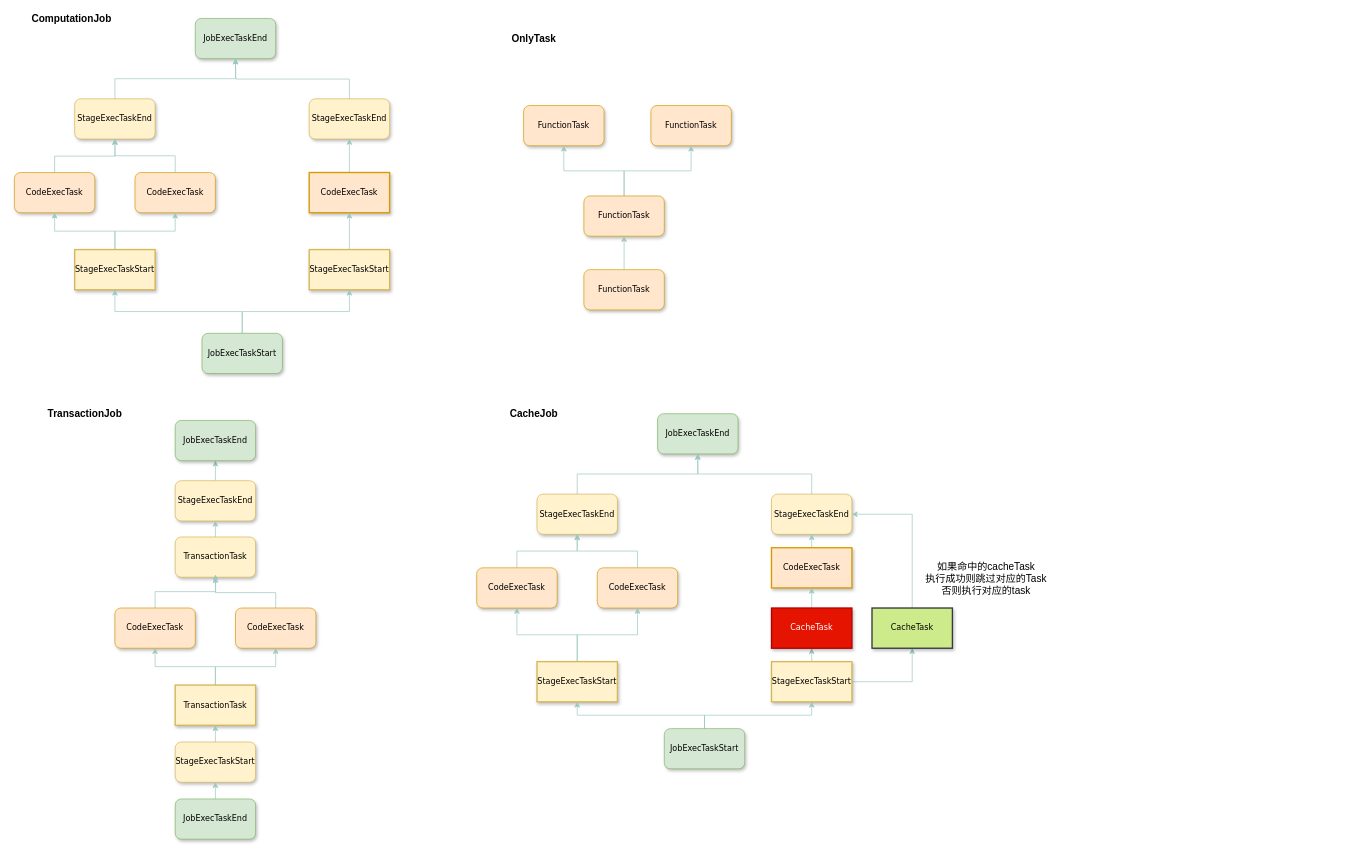
This is orchestrator_treeNode.drawio from peacewong/diagrams, a draw.io file, before an edit. Source tidied: cells renumbered, new cells numbered last; positions are measured from the earlier drawing's top-left corner, leaving out a move shared by most shapes. Both pictures are drawn from the tidied source at 67%, with x=0, y=0 at pixel (14, 11).
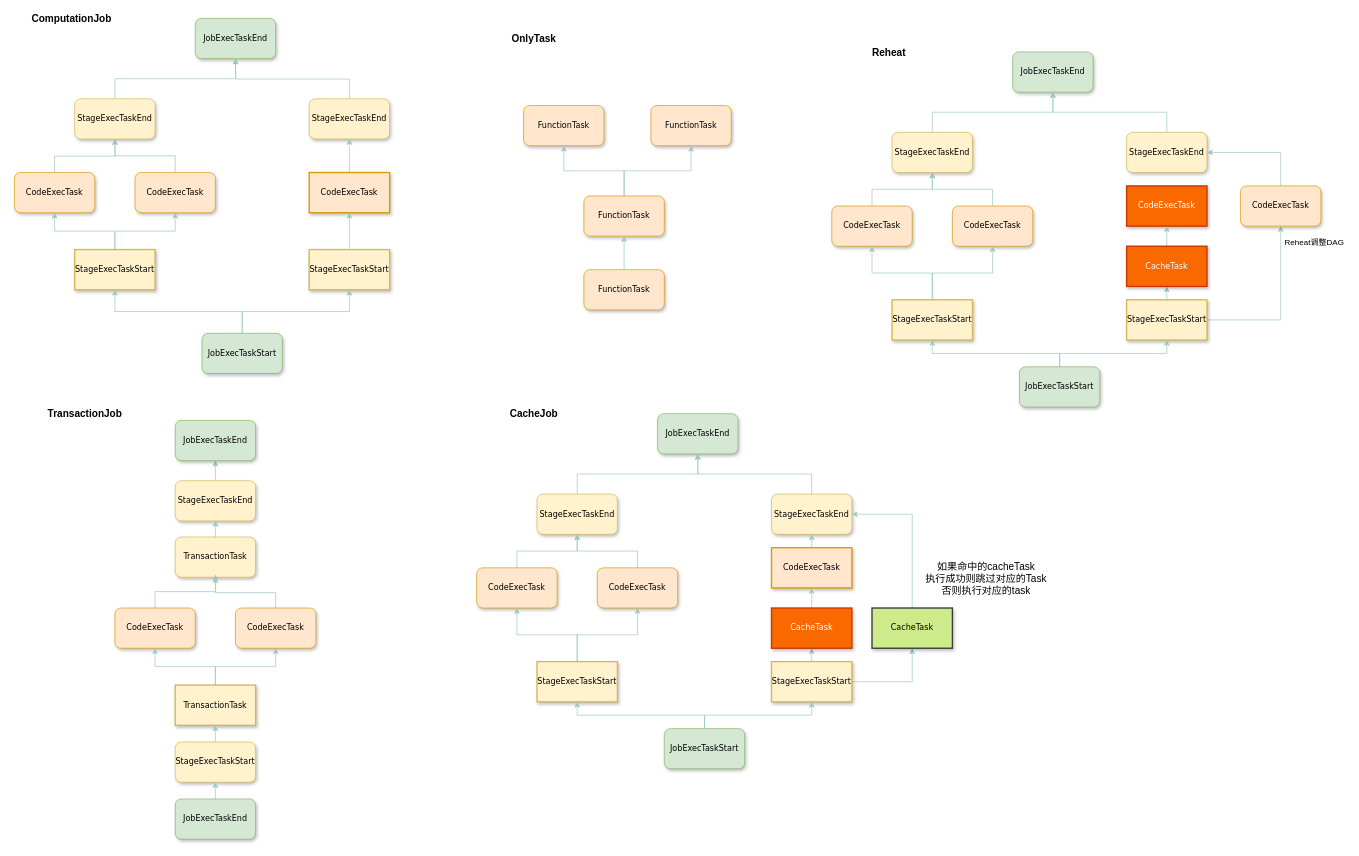
After the change.

What changed in the source:
```diff
@@
-    <mxCell id="69" value="CacheTask" style="whiteSpace=wrap;html=1;rounded=0;shadow=1;labelBackgroundColor=none;strokeWidth=2;fontFamily=Verdana;fontSize=12;align=center;fillColor=#e51400;strokeColor=#B20000;fontColor=#ffffff;" parent="1" vertex="1">
+    <mxCell id="69" value="CacheTask" style="whiteSpace=wrap;html=1;rounded=0;shadow=1;labelBackgroundColor=none;strokeWidth=2;fontFamily=Verdana;fontSize=12;align=center;fillColor=#fa6800;strokeColor=#C73500;fontColor=#ffffff;" parent="1" vertex="1">
       <mxGeometry x="1130" y="890" width="120" height="60" as="geometry" />
     </mxCell>
@@
+    <mxCell id="73" value="JobExecTaskEnd" style="whiteSpace=wrap;html=1;rounded=1;shadow=1;labelBackgroundColor=none;strokeWidth=1;fontFamily=Verdana;fontSize=12;align=center;fillColor=#d5e8d4;strokeColor=#82b366;" parent="1" vertex="1">
+      <mxGeometry x="1490" y="60" width="120" height="60" as="geometry" />
+    </mxCell>
+    <mxCell id="74" style="edgeStyle=orthogonalEdgeStyle;rounded=0;jettySize=auto;html=1;exitX=0.5;exitY=0;exitDx=0;exitDy=0;entryX=0.5;entryY=1;entryDx=0;entryDy=0;strokeColor=#9AC7BF;" parent="1" edge="1" source="75" target="73">
+      <mxGeometry relative="1" as="geometry" />
+    </mxCell>
+    <mxCell id="75" value="&lt;span&gt;StageExecTaskEnd&lt;/span&gt;" style="whiteSpace=wrap;html=1;rounded=1;shadow=1;labelBackgroundColor=none;strokeWidth=1;fontFamily=Verdana;fontSize=12;align=center;fillColor=#fff2cc;strokeColor=#d6b656;" parent="1" vertex="1">
+      <mxGeometry x="1310" y="180" width="120" height="60" as="geometry" />
+    </mxCell>
+    <mxCell id="76" style="edgeStyle=orthogonalEdgeStyle;rounded=0;jettySize=auto;html=1;exitX=0.5;exitY=0;exitDx=0;exitDy=0;entryX=0.5;entryY=1;entryDx=0;entryDy=0;strokeColor=#9AC7BF;" parent="1" edge="1" source="77" target="73">
+      <mxGeometry relative="1" as="geometry" />
+    </mxCell>
+    <mxCell id="77" value="StageExecTaskEnd" style="whiteSpace=wrap;html=1;rounded=1;shadow=1;labelBackgroundColor=none;strokeWidth=1;fontFamily=Verdana;fontSize=12;align=center;fillColor=#fff2cc;strokeColor=#d6b656;" parent="1" vertex="1">
+      <mxGeometry x="1660" y="180" width="120" height="60" as="geometry" />
+    </mxCell>
+    <mxCell id="78" value="CodeExecTask" style="whiteSpace=wrap;html=1;rounded=0;shadow=1;labelBackgroundColor=none;strokeWidth=2;fontFamily=Verdana;fontSize=12;align=center;fillColor=#fa6800;strokeColor=#C73500;fontColor=#ffffff;" parent="1" vertex="1">
+      <mxGeometry x="1660" y="260" width="120" height="60" as="geometry" />
+    </mxCell>
+    <mxCell id="79" style="edgeStyle=orthogonalEdgeStyle;rounded=0;jettySize=auto;html=1;exitX=0.5;exitY=0;exitDx=0;exitDy=0;entryX=0.5;entryY=1;entryDx=0;entryDy=0;strokeColor=#9AC7BF;" parent="1" edge="1" source="81" target="94">
+      <mxGeometry relative="1" as="geometry" />
+    </mxCell>
+    <mxCell id="80" style="edgeStyle=orthogonalEdgeStyle;rounded=0;jettySize=auto;html=1;exitX=1;exitY=0.5;exitDx=0;exitDy=0;entryX=0.5;entryY=1;entryDx=0;entryDy=0;strokeColor=#9AC7BF;" parent="1" edge="1" source="81" target="96">
+      <mxGeometry relative="1" as="geometry" />
+    </mxCell>
+    <mxCell id="81" value="&lt;span&gt;StageExecTaskStart&lt;/span&gt;" style="whiteSpace=wrap;html=1;rounded=0;shadow=1;labelBackgroundColor=none;strokeWidth=2;fontFamily=Verdana;fontSize=12;align=center;fillColor=#fff2cc;strokeColor=#d6b656;" parent="1" vertex="1">
+      <mxGeometry x="1660" y="430" width="120" height="60" as="geometry" />
+    </mxCell>
+    <mxCell id="82" style="edgeStyle=orthogonalEdgeStyle;rounded=0;jettySize=auto;html=1;exitX=0.5;exitY=0;exitDx=0;exitDy=0;entryX=0.5;entryY=1;entryDx=0;entryDy=0;strokeColor=#9AC7BF;" parent="1" edge="1" source="83" target="75">
+      <mxGeometry relative="1" as="geometry" />
+    </mxCell>
+    <mxCell id="83" value="&lt;span&gt;CodeExecTask&lt;/span&gt;" style="whiteSpace=wrap;html=1;rounded=1;shadow=1;labelBackgroundColor=none;strokeWidth=1;fontFamily=Verdana;fontSize=12;align=center;fillColor=#ffe6cc;strokeColor=#d79b00;" parent="1" vertex="1">
+      <mxGeometry x="1220" y="290" width="120" height="60" as="geometry" />
+    </mxCell>
+    <mxCell id="84" style="edgeStyle=orthogonalEdgeStyle;rounded=0;jettySize=auto;html=1;exitX=0.5;exitY=0;exitDx=0;exitDy=0;entryX=0.5;entryY=1;entryDx=0;entryDy=0;strokeColor=#9AC7BF;" parent="1" edge="1" source="85" target="75">
+      <mxGeometry relative="1" as="geometry" />
+    </mxCell>
+    <mxCell id="85" value="CodeExecTask" style="whiteSpace=wrap;html=1;rounded=1;shadow=1;labelBackgroundColor=none;strokeWidth=1;fontFamily=Verdana;fontSize=12;align=center;fillColor=#ffe6cc;strokeColor=#d79b00;" parent="1" vertex="1">
+      <mxGeometry x="1400" y="290" width="120" height="60" as="geometry" />
+    </mxCell>
+    <mxCell id="86" style="edgeStyle=orthogonalEdgeStyle;rounded=0;jettySize=auto;html=1;exitX=0.5;exitY=0;exitDx=0;exitDy=0;entryX=0.5;entryY=1;entryDx=0;entryDy=0;strokeColor=#9AC7BF;" parent="1" edge="1" source="88" target="83">
+      <mxGeometry relative="1" as="geometry" />
+    </mxCell>
+    <mxCell id="87" style="edgeStyle=orthogonalEdgeStyle;rounded=0;jettySize=auto;html=1;exitX=0.5;exitY=0;exitDx=0;exitDy=0;entryX=0.5;entryY=1;entryDx=0;entryDy=0;strokeColor=#9AC7BF;" parent="1" edge="1" source="88" target="85">
+      <mxGeometry relative="1" as="geometry" />
+    </mxCell>
+    <mxCell id="88" value="&lt;span&gt;StageExecTaskStart&lt;/span&gt;" style="whiteSpace=wrap;html=1;rounded=0;shadow=1;labelBackgroundColor=none;strokeWidth=2;fontFamily=Verdana;fontSize=12;align=center;fillColor=#fff2cc;strokeColor=#d6b656;" parent="1" vertex="1">
+      <mxGeometry x="1310" y="430" width="120" height="60" as="geometry" />
+    </mxCell>
+    <mxCell id="89" style="edgeStyle=orthogonalEdgeStyle;rounded=0;jettySize=auto;html=1;exitX=0.5;exitY=0;exitDx=0;exitDy=0;entryX=0.5;entryY=1;entryDx=0;entryDy=0;strokeColor=#9AC7BF;" parent="1" edge="1" source="91" target="88">
+      <mxGeometry relative="1" as="geometry" />
+    </mxCell>
+    <mxCell id="90" style="edgeStyle=orthogonalEdgeStyle;rounded=0;jettySize=auto;html=1;exitX=0.5;exitY=0;exitDx=0;exitDy=0;entryX=0.5;entryY=1;entryDx=0;entryDy=0;strokeColor=#9AC7BF;" parent="1" edge="1" source="91" target="81">
+      <mxGeometry relative="1" as="geometry" />
+    </mxCell>
+    <mxCell id="91" value="JobExecTaskStart" style="whiteSpace=wrap;html=1;rounded=1;shadow=1;labelBackgroundColor=none;strokeWidth=1;fontFamily=Verdana;fontSize=12;align=center;fillColor=#d5e8d4;strokeColor=#82b366;" parent="1" vertex="1">
+      <mxGeometry x="1500" y="530" width="120" height="60" as="geometry" />
+    </mxCell>
+    <mxCell id="92" value="&lt;b&gt;&lt;font style=&quot;font-size: 15px&quot;&gt;Reheat&lt;/font&gt;&lt;/b&gt;" style="text;html=1;align=center;verticalAlign=middle;" parent="1" vertex="1">
+      <mxGeometry x="1270" y="50" width="70" height="20" as="geometry" />
+    </mxCell>
+    <mxCell id="93" style="edgeStyle=orthogonalEdgeStyle;rounded=0;jettySize=auto;html=1;exitX=0.5;exitY=0;exitDx=0;exitDy=0;entryX=0.5;entryY=1;entryDx=0;entryDy=0;strokeColor=#9AC7BF;" parent="1" edge="1" source="94" target="78">
+      <mxGeometry relative="1" as="geometry" />
+    </mxCell>
+    <mxCell id="94" value="CacheTask" style="whiteSpace=wrap;html=1;rounded=0;shadow=1;labelBackgroundColor=none;strokeWidth=2;fontFamily=Verdana;fontSize=12;align=center;fillColor=#fa6800;strokeColor=#C73500;fontColor=#ffffff;" parent="1" vertex="1">
+      <mxGeometry x="1660" y="350" width="120" height="60" as="geometry" />
+    </mxCell>
+    <mxCell id="95" style="edgeStyle=orthogonalEdgeStyle;rounded=0;jettySize=auto;html=1;exitX=0.5;exitY=0;exitDx=0;exitDy=0;entryX=1;entryY=0.5;entryDx=0;entryDy=0;strokeColor=#9AC7BF;" parent="1" edge="1" source="96" target="77">
+      <mxGeometry relative="1" as="geometry" />
+    </mxCell>
+    <mxCell id="96" value="CodeExecTask" style="whiteSpace=wrap;html=1;rounded=1;shadow=1;labelBackgroundColor=none;strokeWidth=1;fontFamily=Verdana;fontSize=12;align=center;fillColor=#ffe6cc;strokeColor=#d79b00;" parent="1" vertex="1">
+      <mxGeometry x="1830" y="260" width="120" height="60" as="geometry" />
+    </mxCell>
+    <mxCell id="97" value="Reheat调整DAG" style="text;html=1;align=center;verticalAlign=middle;" parent="1" vertex="1">
+      <mxGeometry x="1890" y="335" width="100" height="20" as="geometry" />
+    </mxCell>
```
